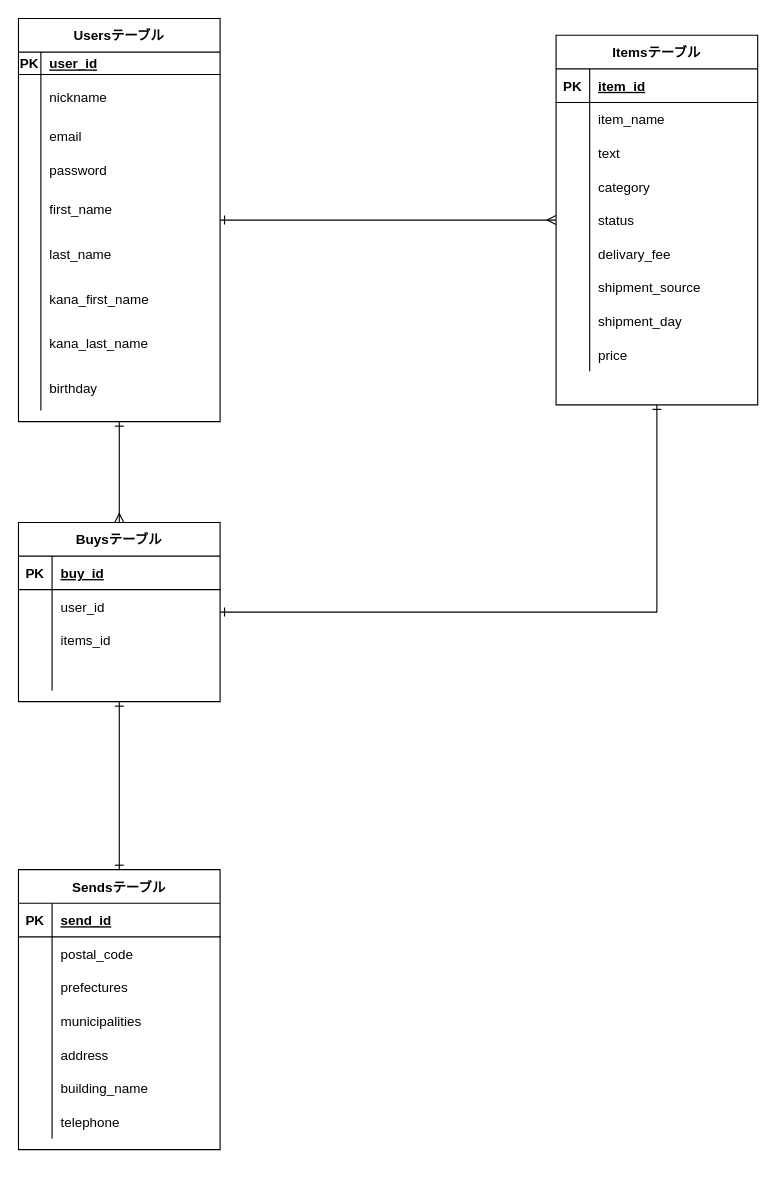
Before: furima.dio in KawashimaRyuhei/furima-36232, a draw.io diagram. Source tidied: cells renumbered, new cells numbered last; positions are measured from the earlier drawing's top-left corner, leaving out a move shared by most shapes. Both pictures are drawn from the tidied source at 112%, with x=0, y=0 at pixel (18, 18).
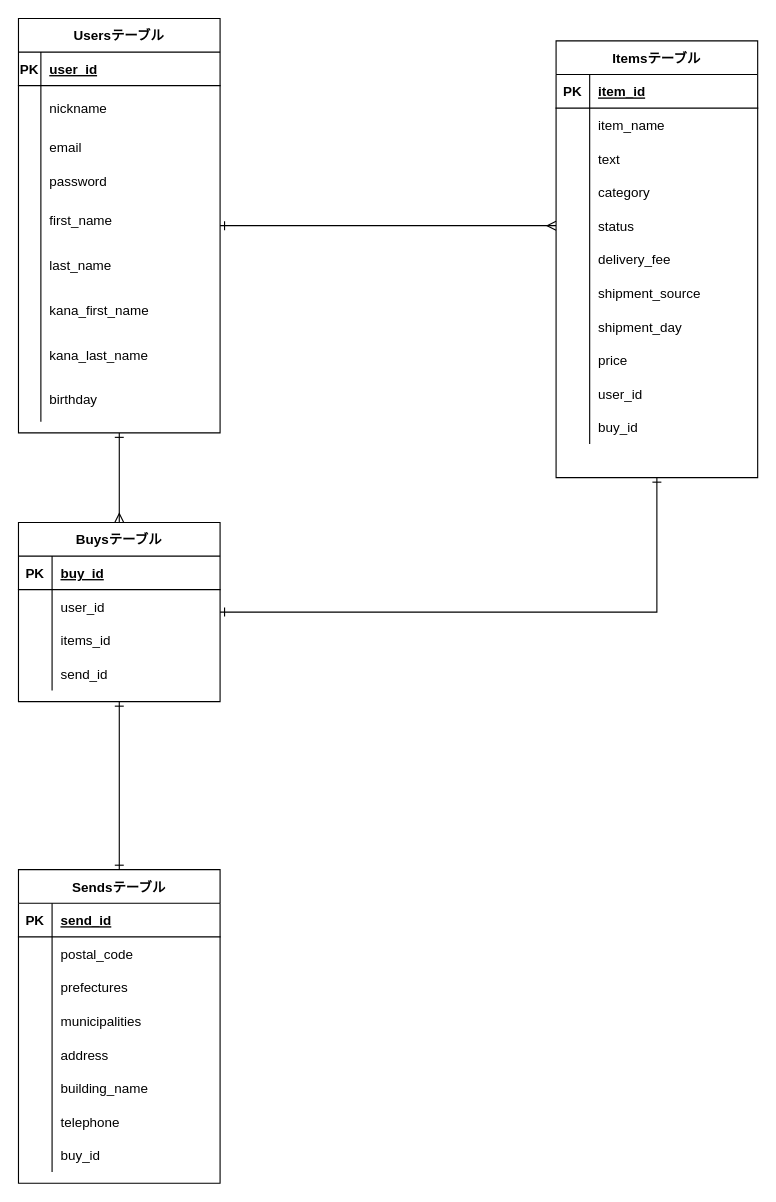
The same page after the edit.

The change refers to these unchanged cells:
```xml
<mxCell id="48" style="shape=partialRectangle;fillColor=none;top=0;left=0;bottom=0;right=0;" parent="32" vertex="1">
  <mxGeometry y="180" width="180" height="30" as="geometry" />
</mxCell>
<mxCell id="71" style="shape=partialRectangle;fillColor=none;top=0;left=0;bottom=0;right=0;" parent="61" vertex="1">
  <mxGeometry y="120" width="180" height="30" as="geometry" />
</mxCell>
```

Change to the diagram source:
```diff
@@
     <mxCell id="4" value="Usersテーブル" style="shape=table;startSize=30;childLayout=tableLayout;rowLines=0;fontStyle=1;align=center;" parent="1" vertex="1">
-      <mxGeometry width="180" height="360" as="geometry" />
+      <mxGeometry width="180" height="370" as="geometry" />
     </mxCell>
     <mxCell id="5" style="shape=partialRectangle;fillColor=none;top=0;left=0;bottom=1;right=0;" parent="4" vertex="1">
-      <mxGeometry y="30" width="180" height="20" as="geometry" />
+      <mxGeometry y="30" width="180" height="30" as="geometry" />
     </mxCell>
     <mxCell id="6" value="PK" style="shape=partialRectangle;fillColor=none;top=0;left=0;bottom=0;right=0;fontStyle=1;overflow=hidden;" parent="5" vertex="1">
-      <mxGeometry width="20" height="20" as="geometry" />
+      <mxGeometry width="20" height="30" as="geometry" />
     </mxCell>
     <mxCell id="7" value="user_id" style="shape=partialRectangle;fillColor=none;top=0;left=0;bottom=0;right=0;align=left;spacingLeft=6;fontStyle=5;overflow=hidden;" parent="5" vertex="1">
-      <mxGeometry x="20" width="160" height="20" as="geometry" />
+      <mxGeometry x="20" width="160" height="30" as="geometry" />
     </mxCell>
     <mxCell id="8" style="shape=partialRectangle;fillColor=none;top=0;left=0;bottom=0;right=0;" parent="4" vertex="1">
-      <mxGeometry y="50" width="180" height="40" as="geometry" />
+      <mxGeometry y="60" width="180" height="40" as="geometry" />
     </mxCell>
@@
     <mxCell id="11" style="shape=partialRectangle;fillColor=none;top=0;left=0;bottom=0;right=0;" parent="4" vertex="1">
-      <mxGeometry y="90" width="180" height="30" as="geometry" />
+      <mxGeometry y="100" width="180" height="30" as="geometry" />
     </mxCell>
@@
     <mxCell id="14" style="shape=partialRectangle;fillColor=none;top=0;left=0;bottom=0;right=0;" parent="4" vertex="1">
-      <mxGeometry y="120" width="180" height="30" as="geometry" />
+      <mxGeometry y="130" width="180" height="30" as="geometry" />
     </mxCell>
@@
     <mxCell id="17" style="shape=partialRectangle;fillColor=none;top=0;left=0;bottom=0;right=0;" parent="4" vertex="1">
-      <mxGeometry y="150" width="180" height="40" as="geometry" />
+      <mxGeometry y="160" width="180" height="40" as="geometry" />
     </mxCell>
@@
     <mxCell id="20" style="shape=partialRectangle;fillColor=none;top=0;left=0;bottom=0;right=0;" parent="4" vertex="1">
-      <mxGeometry y="190" width="180" height="40" as="geometry" />
+      <mxGeometry y="200" width="180" height="40" as="geometry" />
     </mxCell>
@@
     <mxCell id="23" style="shape=partialRectangle;fillColor=none;top=0;left=0;bottom=0;right=0;" parent="4" vertex="1">
-      <mxGeometry y="230" width="180" height="40" as="geometry" />
+      <mxGeometry y="240" width="180" height="40" as="geometry" />
     </mxCell>
@@
     <mxCell id="26" style="shape=partialRectangle;fillColor=none;top=0;left=0;bottom=0;right=0;" parent="4" vertex="1">
-      <mxGeometry y="270" width="180" height="40" as="geometry" />
+      <mxGeometry y="280" width="180" height="40" as="geometry" />
     </mxCell>
@@
     <mxCell id="29" style="shape=partialRectangle;fillColor=none;top=0;left=0;bottom=0;right=0;" parent="4" vertex="1">
-      <mxGeometry y="310" width="180" height="40" as="geometry" />
+      <mxGeometry y="320" width="180" height="40" as="geometry" />
     </mxCell>
@@
     <mxCell id="32" value="Itemsテーブル" style="shape=table;startSize=30;childLayout=tableLayout;rowLines=0;fontStyle=1;align=center;" parent="1" vertex="1">
-      <mxGeometry x="480" y="15" width="180" height="330" as="geometry" />
+      <mxGeometry x="480" y="20" width="180" height="390" as="geometry" />
     </mxCell>
@@
-    <mxCell id="50" value="delivary_fee" style="shape=partialRectangle;fillColor=none;top=0;left=0;bottom=0;right=0;align=left;spacingLeft=6;overflow=hidden;" parent="48" vertex="1">
+    <mxCell id="50" value="delivery_fee" style="shape=partialRectangle;fillColor=none;top=0;left=0;bottom=0;right=0;align=left;spacingLeft=6;overflow=hidden;" parent="48" vertex="1">
       <mxGeometry x="30" width="150" height="30" as="geometry" />
     </mxCell>
@@
+    <mxCell id="97" style="shape=partialRectangle;fillColor=none;top=0;left=0;bottom=0;right=0;" parent="32" vertex="1">
+      <mxGeometry y="300" width="180" height="30" as="geometry" />
+    </mxCell>
+    <mxCell id="98" style="shape=partialRectangle;fillColor=none;top=0;left=0;bottom=0;right=0;overflow=hidden;" parent="97" vertex="1">
+      <mxGeometry width="30" height="30" as="geometry" />
+    </mxCell>
+    <mxCell id="99" value="user_id" style="shape=partialRectangle;fillColor=none;top=0;left=0;bottom=0;right=0;align=left;spacingLeft=6;overflow=hidden;" parent="97" vertex="1">
+      <mxGeometry x="30" width="150" height="30" as="geometry" />
+    </mxCell>
+    <mxCell id="100" style="shape=partialRectangle;fillColor=none;top=0;left=0;bottom=0;right=0;" parent="32" vertex="1">
+      <mxGeometry y="330" width="180" height="30" as="geometry" />
+    </mxCell>
+    <mxCell id="101" style="shape=partialRectangle;fillColor=none;top=0;left=0;bottom=0;right=0;overflow=hidden;" parent="100" vertex="1">
+      <mxGeometry width="30" height="30" as="geometry" />
+    </mxCell>
+    <mxCell id="102" value="buy_id" style="shape=partialRectangle;fillColor=none;top=0;left=0;bottom=0;right=0;align=left;spacingLeft=6;overflow=hidden;" parent="100" vertex="1">
+      <mxGeometry x="30" width="150" height="30" as="geometry" />
+    </mxCell>
@@
-    <mxCell id="73" style="shape=partialRectangle;fillColor=none;top=0;left=0;bottom=0;right=0;align=left;spacingLeft=6;overflow=hidden;" parent="71" vertex="1">
+    <mxCell id="73" value="send_id" style="shape=partialRectangle;fillColor=none;top=0;left=0;bottom=0;right=0;align=left;spacingLeft=6;overflow=hidden;" parent="71" vertex="1">
       <mxGeometry x="30" width="150" height="30" as="geometry" />
     </mxCell>
@@
     <mxCell id="75" value="Sendsテーブル" style="shape=table;startSize=30;childLayout=tableLayout;rowLines=0;fontStyle=1;align=center;" parent="1" vertex="1">
-      <mxGeometry y="760" width="180" height="250" as="geometry" />
+      <mxGeometry y="760" width="180" height="280" as="geometry" />
     </mxCell>
@@
+    <mxCell id="103" style="shape=partialRectangle;fillColor=none;top=0;left=0;bottom=0;right=0;" parent="75" vertex="1">
+      <mxGeometry y="240" width="180" height="30" as="geometry" />
+    </mxCell>
+    <mxCell id="104" style="shape=partialRectangle;fillColor=none;top=0;left=0;bottom=0;right=0;overflow=hidden;" parent="103" vertex="1">
+      <mxGeometry width="30" height="30" as="geometry" />
+    </mxCell>
+    <mxCell id="105" value="buy_id" style="shape=partialRectangle;fillColor=none;top=0;left=0;bottom=0;right=0;align=left;spacingLeft=6;overflow=hidden;" parent="103" vertex="1">
+      <mxGeometry x="30" width="150" height="30" as="geometry" />
+    </mxCell>
```
